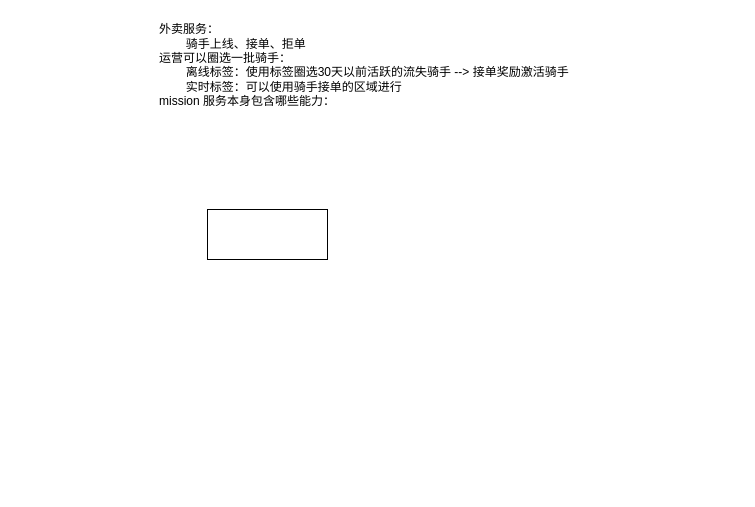
The draw.io diagram 面试1.drawio in ShayneL/-, before the edit. Source tidied: cells renumbered, new cells numbered last; positions are measured from the earlier drawing's top-left corner, leaving out a move shared by most shapes. Both pictures are drawn from the tidied source at 100%, with x=0, y=0 at pixel (157, 17).
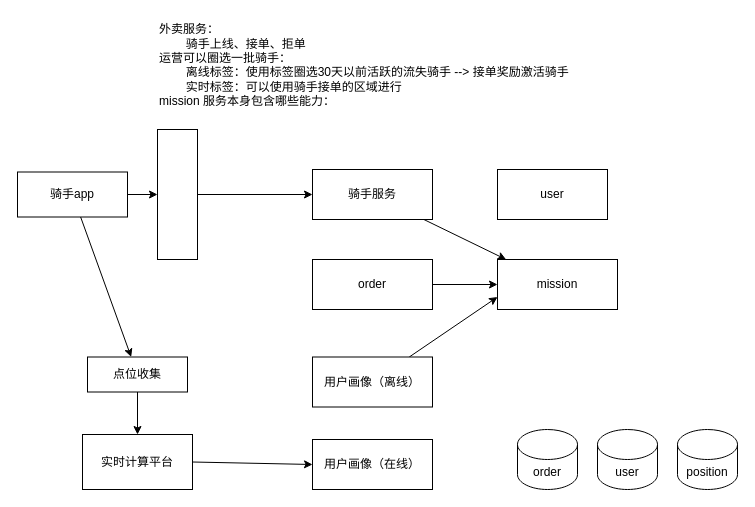
The same diagram, later.

What changed in the source:
```diff
@@
-    <mxCell id="3" style="rounded=0;whiteSpace=wrap;html=1;" parent="1" vertex="1">
-      <mxGeometry x="50" y="192" width="120" height="50" as="geometry" />
+    <mxCell id="3" value="mission" style="rounded=0;whiteSpace=wrap;html=1;" parent="1" vertex="1">
+      <mxGeometry x="340" y="242" width="120" height="50" as="geometry" />
     </mxCell>
+    <mxCell id="4" style="edgeStyle=orthogonalEdgeStyle;rounded=0;jettySize=auto;html=1;" parent="1" edge="1" source="5" target="3">
+      <mxGeometry relative="1" as="geometry" />
+    </mxCell>
+    <mxCell id="5" value="order" style="rounded=0;whiteSpace=wrap;html=1;" parent="1" vertex="1">
+      <mxGeometry x="155" y="242" width="120" height="50" as="geometry" />
+    </mxCell>
+    <mxCell id="6" style="rounded=0;jettySize=auto;html=1;" parent="1" edge="1" source="7" target="3">
+      <mxGeometry relative="1" as="geometry" />
+    </mxCell>
+    <mxCell id="7" value="骑手服务" style="rounded=0;whiteSpace=wrap;html=1;" parent="1" vertex="1">
+      <mxGeometry x="155" y="152" width="120" height="50" as="geometry" />
+    </mxCell>
+    <mxCell id="8" style="rounded=0;jettySize=auto;html=1;entryX=0;entryY=0.75;entryDx=0;entryDy=0;" parent="1" edge="1" source="9" target="3">
+      <mxGeometry relative="1" as="geometry" />
+    </mxCell>
+    <mxCell id="9" value="用户画像（离线）" style="rounded=0;whiteSpace=wrap;html=1;" parent="1" vertex="1">
+      <mxGeometry x="155" y="339.5" width="120" height="50" as="geometry" />
+    </mxCell>
+    <mxCell id="10" style="edgeStyle=orthogonalEdgeStyle;rounded=0;jettySize=auto;html=1;" parent="1" edge="1" source="12" target="14">
+      <mxGeometry relative="1" as="geometry" />
+    </mxCell>
+    <mxCell id="11" style="rounded=0;jettySize=auto;html=1;" parent="1" edge="1" source="12" target="18">
+      <mxGeometry relative="1" as="geometry" />
+    </mxCell>
+    <mxCell id="12" value="骑手app" style="rounded=0;whiteSpace=wrap;html=1;" parent="1" vertex="1">
+      <mxGeometry x="-140" y="154.5" width="110" height="45" as="geometry" />
+    </mxCell>
+    <mxCell id="13" style="edgeStyle=orthogonalEdgeStyle;rounded=0;jettySize=auto;html=1;" parent="1" edge="1" source="14" target="7">
+      <mxGeometry relative="1" as="geometry" />
+    </mxCell>
+    <mxCell id="14" style="rounded=0;whiteSpace=wrap;html=1;" parent="1" vertex="1">
+      <mxGeometry y="112" width="40" height="130" as="geometry" />
+    </mxCell>
+    <mxCell id="15" value="用户画像（在线）" style="rounded=0;whiteSpace=wrap;html=1;" parent="1" vertex="1">
+      <mxGeometry x="155" y="422" width="120" height="50" as="geometry" />
+    </mxCell>
+    <mxCell id="16" style="rounded=0;jettySize=auto;html=1;entryX=0;entryY=0.5;entryDx=0;entryDy=0;exitX=1;exitY=0.5;exitDx=0;exitDy=0;" parent="1" edge="1" source="23" target="15">
+      <mxGeometry relative="1" as="geometry" />
+    </mxCell>
+    <mxCell id="17" style="edgeStyle=orthogonalEdgeStyle;rounded=0;jettySize=auto;html=1;entryX=0.5;entryY=0;entryDx=0;entryDy=0;" parent="1" edge="1" source="18" target="23">
+      <mxGeometry relative="1" as="geometry" />
+    </mxCell>
+    <mxCell id="18" value="点位收集" style="rounded=0;whiteSpace=wrap;html=1;" parent="1" vertex="1">
+      <mxGeometry x="-70" y="339.5" width="100" height="35" as="geometry" />
+    </mxCell>
+    <mxCell id="19" value="order" style="shape=cylinder3;whiteSpace=wrap;html=1;boundedLbl=1;backgroundOutline=1;size=15;" parent="1" vertex="1">
+      <mxGeometry x="360" y="412" width="60" height="60" as="geometry" />
+    </mxCell>
+    <mxCell id="20" value="user" style="rounded=0;whiteSpace=wrap;html=1;" parent="1" vertex="1">
+      <mxGeometry x="340" y="152" width="110" height="50" as="geometry" />
+    </mxCell>
+    <mxCell id="21" value="user" style="shape=cylinder3;whiteSpace=wrap;html=1;boundedLbl=1;backgroundOutline=1;size=15;" parent="1" vertex="1">
+      <mxGeometry x="440" y="412" width="60" height="60" as="geometry" />
+    </mxCell>
+    <mxCell id="22" value="position" style="shape=cylinder3;whiteSpace=wrap;html=1;boundedLbl=1;backgroundOutline=1;size=15;" parent="1" vertex="1">
+      <mxGeometry x="520" y="412" width="60" height="60" as="geometry" />
+    </mxCell>
+    <mxCell id="23" value="实时计算平台" style="rounded=0;whiteSpace=wrap;html=1;" parent="1" vertex="1">
+      <mxGeometry x="-75" y="417" width="110" height="55" as="geometry" />
+    </mxCell>
```
